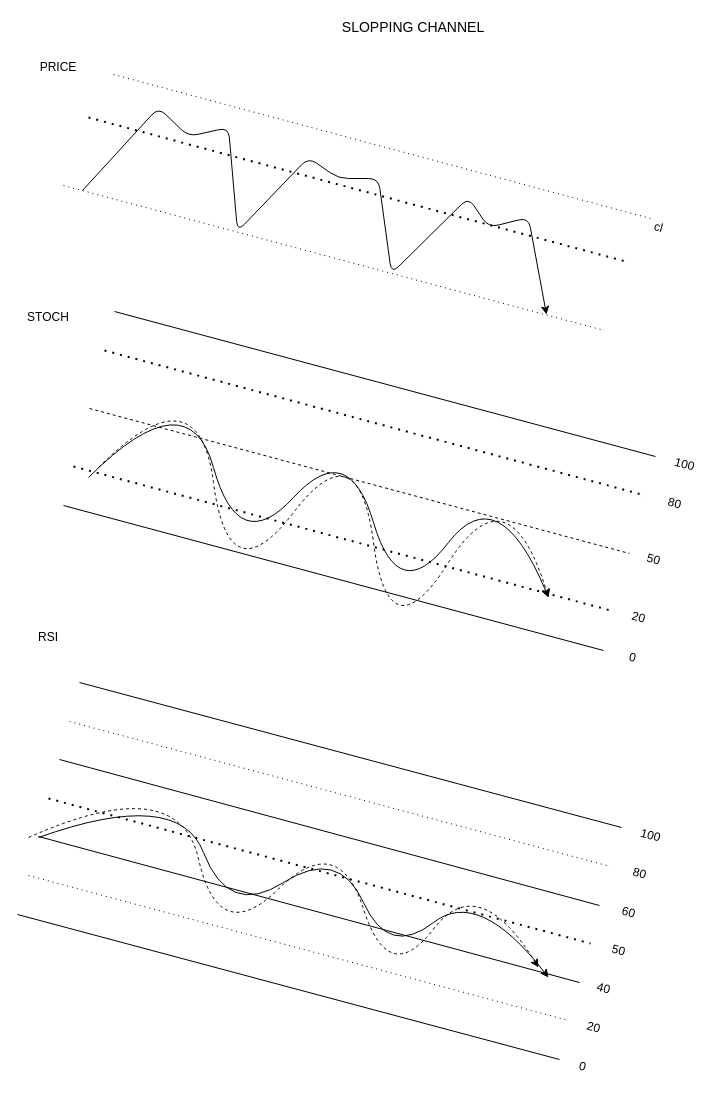
The draw.io diagram draws/13 -- slopping channel.drawio in uzziahmogg/LithiumIndicator, before the edit. Source tidied: cells renumbered, new cells numbered last; positions are measured from the earlier drawing's top-left corner, leaving out a move shared by most shapes. Both pictures are drawn from the tidied source at 100%, with x=0, y=0 at pixel (17, 17).
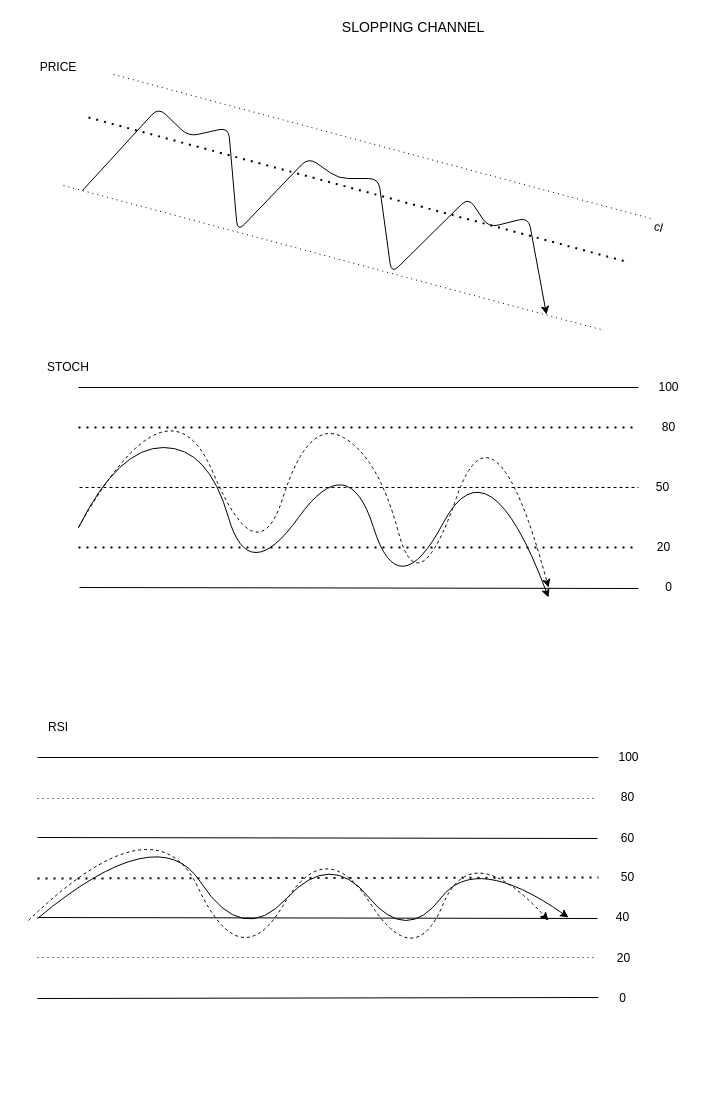
The same diagram, later.

The edit, as a diff of the source:
```diff
@@
     <mxCell id="4" value="STOCH" style="text;html=1;strokeColor=none;fillColor=none;align=center;verticalAlign=middle;whiteSpace=wrap;rounded=0;" parent="1" vertex="1">
-      <mxGeometry x="11" y="290" width="40" height="20" as="geometry" />
+      <mxGeometry x="31" y="340" width="40" height="20" as="geometry" />
     </mxCell>
     <mxCell id="5" style="curved=1;endArrow=classic;html=1;" parent="1" edge="1">
       <mxGeometry x="20" y="240" as="geometry">
-        <mxPoint x="71" y="460" as="sourcePoint" />
+        <mxPoint x="61" y="510" as="sourcePoint" />
         <mxPoint x="531" y="580" as="targetPoint" />
         <Array as="points">
-          <mxPoint x="171" y="360" />
-          <mxPoint x="221" y="540" />
-          <mxPoint x="331" y="420" />
+          <mxPoint x="101" y="430" />
+          <mxPoint x="191" y="430" />
+          <mxPoint x="231" y="570" />
+          <mxPoint x="331" y="430" />
           <mxPoint x="381" y="590" />
-          <mxPoint x="481" y="460" />
+          <mxPoint x="471" y="420" />
         </Array>
       </mxGeometry>
     </mxCell>
-    <mxCell id="6" style="group;rotation=15;" parent="1" vertex="1">
-      <mxGeometry x="61" y="360" width="610" height="220" as="geometry" />
-    </mxCell>
-    <mxCell id="7" style="endArrow=none;html=1;" parent="6" edge="1">
-      <mxGeometry x="-23" y="-136" as="geometry">
-        <mxPoint x="36" y="-66" as="sourcePoint" />
-        <mxPoint x="577" y="79" as="targetPoint" />
-      </mxGeometry>
-    </mxCell>
-    <mxCell id="8" style="endArrow=none;html=1;" parent="6" edge="1">
-      <mxGeometry x="-23" y="-136" as="geometry">
-        <mxPoint x="-15" y="128" as="sourcePoint" />
-        <mxPoint x="525" y="273" as="targetPoint" />
-      </mxGeometry>
-    </mxCell>
-    <mxCell id="9" style="endArrow=none;dashed=1;html=1;dashPattern=1 3;strokeWidth=2;" parent="6" edge="1">
-      <mxGeometry x="-23" y="-136" as="geometry">
-        <mxPoint x="26" y="-27" as="sourcePoint" />
-        <mxPoint x="567" y="118" as="targetPoint" />
-      </mxGeometry>
-    </mxCell>
-    <mxCell id="10" value="80" style="text;html=1;align=center;verticalAlign=middle;strokeColor=none;rotation=15;" parent="6" vertex="1">
-      <mxGeometry x="581" y="116" width="30" height="20" as="geometry" />
-    </mxCell>
-    <mxCell id="11" style="endArrow=none;dashed=1;html=1;" parent="6" edge="1">
-      <mxGeometry x="-39" y="-115" as="geometry">
-        <mxPoint x="11" y="31" as="sourcePoint" />
-        <mxPoint x="551" y="176" as="targetPoint" />
-      </mxGeometry>
-    </mxCell>
-    <mxCell id="12" value="100" style="text;html=1;align=center;verticalAlign=middle;strokeColor=none;rotation=15;" parent="6" vertex="1">
-      <mxGeometry x="586" y="77" width="40" height="20" as="geometry" />
-    </mxCell>
-    <mxCell id="13" value="0" style="text;html=1;align=center;verticalAlign=middle;strokeColor=none;rotation=15;" parent="6" vertex="1">
-      <mxGeometry x="544" y="270" width="20" height="20" as="geometry" />
-    </mxCell>
-    <mxCell id="14" value="20" style="text;html=1;align=center;verticalAlign=middle;strokeColor=none;rotation=15;" parent="6" vertex="1">
-      <mxGeometry x="545" y="230" width="30" height="20" as="geometry" />
-    </mxCell>
-    <mxCell id="15" value="50" style="text;html=1;align=center;verticalAlign=middle;strokeColor=none;rotation=15;" parent="6" vertex="1">
-      <mxGeometry x="560" y="172" width="30" height="20" as="geometry" />
-    </mxCell>
-    <mxCell id="16" style="endArrow=none;dashed=1;html=1;dashPattern=1 3;strokeWidth=2;" parent="6" edge="1">
-      <mxGeometry x="-23" y="-136" as="geometry">
-        <mxPoint x="-5" y="89" as="sourcePoint" />
-        <mxPoint x="536" y="234" as="targetPoint" />
-      </mxGeometry>
-    </mxCell>
-    <mxCell id="17" style="curved=1;endArrow=classic;html=1;dashed=1;" parent="6" edge="1">
-      <mxGeometry x="-20" y="-160" as="geometry">
-        <mxPoint x="20" y="90" as="sourcePoint" />
-        <mxPoint x="470" y="220" as="targetPoint" />
-        <Array as="points">
-          <mxPoint x="120" y="-10" />
-          <mxPoint x="150" y="220" />
-          <mxPoint x="280" y="50" />
-          <mxPoint x="310" y="280" />
-          <mxPoint x="430" y="90" />
-        </Array>
-      </mxGeometry>
-    </mxCell>
     <mxCell id="18" value="RSI" style="text;html=1;strokeColor=none;fillColor=none;align=center;verticalAlign=middle;whiteSpace=wrap;rounded=0;" parent="1" vertex="1">
-      <mxGeometry x="11" y="610" width="40" height="20" as="geometry" />
+      <mxGeometry x="21" y="700" width="40" height="20" as="geometry" />
     </mxCell>
@@
     <mxCell id="24" style="endArrow=none;html=1;" parent="1" edge="1">
-      <mxGeometry x="-8" y="588" as="geometry">
-        <mxPoint x="62" y="665" as="sourcePoint" />
-        <mxPoint x="604" y="810" as="targetPoint" />
+      <mxGeometry x="-70" y="675" as="geometry">
+        <mxPoint x="20" y="740" as="sourcePoint" />
+        <mxPoint x="581" y="740" as="targetPoint" />
       </mxGeometry>
     </mxCell>
     <mxCell id="25" style="endArrow=none;dashed=1;html=1;dashPattern=1 3;strokeWidth=2;" parent="1" edge="1">
-      <mxGeometry x="-8" y="588" as="geometry">
-        <mxPoint x="31" y="781" as="sourcePoint" />
-        <mxPoint x="573" y="926" as="targetPoint" />
+      <mxGeometry x="-70" y="675" as="geometry">
+        <mxPoint x="20" y="861" as="sourcePoint" />
+        <mxPoint x="581" y="860" as="targetPoint" />
       </mxGeometry>
     </mxCell>
     <mxCell id="26" style="endArrow=none;html=1;" parent="1" edge="1">
-      <mxGeometry x="-8" y="588" as="geometry">
-        <mxPoint y="897" as="sourcePoint" />
-        <mxPoint x="542" y="1042" as="targetPoint" />
+      <mxGeometry x="-70" y="675" as="geometry">
+        <mxPoint x="20" y="981" as="sourcePoint" />
+        <mxPoint x="581" y="980" as="targetPoint" />
       </mxGeometry>
     </mxCell>
     <mxCell id="27" style="endArrow=none;dashed=1;html=1;dashPattern=1 4;" parent="1" edge="1">
-      <mxGeometry x="-8" y="588" as="geometry">
-        <mxPoint x="52" y="704" as="sourcePoint" />
-        <mxPoint x="593" y="849" as="targetPoint" />
+      <mxGeometry x="-70" y="675" as="geometry">
+        <mxPoint x="20" y="781" as="sourcePoint" />
+        <mxPoint x="580" y="781" as="targetPoint" />
       </mxGeometry>
     </mxCell>
     <mxCell id="28" style="endArrow=none;dashed=1;html=1;dashPattern=1 4;" parent="1" edge="1">
-      <mxGeometry x="-8" y="588" as="geometry">
-        <mxPoint x="11" y="858" as="sourcePoint" />
-        <mxPoint x="551" y="1003" as="targetPoint" />
+      <mxGeometry x="-70" y="675" as="geometry">
+        <mxPoint x="20" y="940" as="sourcePoint" />
+        <mxPoint x="580" y="940" as="targetPoint" />
       </mxGeometry>
     </mxCell>
     <mxCell id="29" style="endArrow=none;html=1;" parent="1" edge="1">
-      <mxGeometry x="-8" y="588" as="geometry">
-        <mxPoint x="42" y="742" as="sourcePoint" />
-        <mxPoint x="582" y="888" as="targetPoint" />
+      <mxGeometry x="-70" y="675" as="geometry">
+        <mxPoint x="20" y="820" as="sourcePoint" />
+        <mxPoint x="580" y="821" as="targetPoint" />
       </mxGeometry>
     </mxCell>
     <mxCell id="30" style="endArrow=none;html=1;" parent="1" edge="1">
-      <mxGeometry x="-8" y="588" as="geometry">
-        <mxPoint x="21" y="819" as="sourcePoint" />
-        <mxPoint x="562" y="965" as="targetPoint" />
+      <mxGeometry x="-70" y="675" as="geometry">
+        <mxPoint x="20" y="900" as="sourcePoint" />
+        <mxPoint x="580" y="901" as="targetPoint" />
       </mxGeometry>
     </mxCell>
-    <mxCell id="31" value="100" style="text;html=1;align=center;verticalAlign=middle;strokeColor=none;rotation=15;" parent="1" vertex="1">
-      <mxGeometry x="613" y="808" width="40" height="20" as="geometry" />
+    <mxCell id="31" value="100" style="text;html=1;align=center;verticalAlign=middle;strokeColor=none;rotation=0;" parent="1" vertex="1">
+      <mxGeometry x="591" y="730" width="40" height="20" as="geometry" />
     </mxCell>
-    <mxCell id="32" value="80" style="text;html=1;align=center;verticalAlign=middle;strokeColor=none;rotation=15;" parent="1" vertex="1">
-      <mxGeometry x="607" y="846" width="30" height="20" as="geometry" />
+    <mxCell id="32" value="80" style="text;html=1;align=center;verticalAlign=middle;strokeColor=none;rotation=0;" parent="1" vertex="1">
+      <mxGeometry x="595" y="770" width="30" height="20" as="geometry" />
     </mxCell>
-    <mxCell id="33" value="60" style="text;html=1;align=center;verticalAlign=middle;strokeColor=none;rotation=15;" parent="1" vertex="1">
-      <mxGeometry x="596" y="885" width="30" height="20" as="geometry" />
+    <mxCell id="33" value="60" style="text;html=1;align=center;verticalAlign=middle;strokeColor=none;rotation=0;" parent="1" vertex="1">
+      <mxGeometry x="595" y="811" width="30" height="20" as="geometry" />
     </mxCell>
-    <mxCell id="34" value="50" style="text;html=1;align=center;verticalAlign=middle;strokeColor=none;rotation=15;" parent="1" vertex="1">
-      <mxGeometry x="586" y="923" width="30" height="20" as="geometry" />
+    <mxCell id="34" value="50" style="text;html=1;align=center;verticalAlign=middle;strokeColor=none;rotation=0;" parent="1" vertex="1">
+      <mxGeometry x="595" y="850" width="30" height="20" as="geometry" />
     </mxCell>
-    <mxCell id="35" value="40" style="text;html=1;align=center;verticalAlign=middle;strokeColor=none;rotation=15;" parent="1" vertex="1">
-      <mxGeometry x="571" y="961" width="30" height="20" as="geometry" />
+    <mxCell id="35" value="40" style="text;html=1;align=center;verticalAlign=middle;strokeColor=none;rotation=0;" parent="1" vertex="1">
+      <mxGeometry x="590" y="890" width="30" height="20" as="geometry" />
     </mxCell>
-    <mxCell id="36" value="20" style="text;html=1;align=center;verticalAlign=middle;strokeColor=none;rotation=15;" parent="1" vertex="1">
-      <mxGeometry x="561" y="1000" width="30" height="20" as="geometry" />
+    <mxCell id="36" value="20" style="text;html=1;align=center;verticalAlign=middle;strokeColor=none;rotation=0;" parent="1" vertex="1">
+      <mxGeometry x="591" y="931" width="30" height="20" as="geometry" />
     </mxCell>
-    <mxCell id="37" value="0" style="text;html=1;align=center;verticalAlign=middle;strokeColor=none;rotation=15;" parent="1" vertex="1">
-      <mxGeometry x="555" y="1039" width="20" height="20" as="geometry" />
+    <mxCell id="37" value="0" style="text;html=1;align=center;verticalAlign=middle;strokeColor=none;rotation=0;" parent="1" vertex="1">
+      <mxGeometry x="595" y="971" width="20" height="20" as="geometry" />
     </mxCell>
     <mxCell id="38" style="curved=1;endArrow=classic;html=1;" parent="1" edge="1">
-      <mxGeometry x="-60" y="723" as="geometry">
-        <mxPoint x="21" y="820" as="sourcePoint" />
-        <mxPoint x="531" y="960" as="targetPoint" />
+      <mxGeometry x="-86" y="819" as="geometry">
+        <mxPoint x="20" y="901" as="sourcePoint" />
+        <mxPoint x="551" y="900" as="targetPoint" />
         <Array as="points">
-          <mxPoint x="161" y="770" />
-          <mxPoint x="211" y="900" />
-          <mxPoint x="321" y="830" />
-          <mxPoint x="371" y="940" />
-          <mxPoint x="461" y="870" />
+          <mxPoint x="141" y="800" />
+          <mxPoint x="225" y="929" />
+          <mxPoint x="313" y="833" />
+          <mxPoint x="389" y="926" />
+          <mxPoint x="458" y="835" />
         </Array>
       </mxGeometry>
     </mxCell>
     <mxCell id="39" style="curved=1;endArrow=classic;html=1;dashed=1;" parent="1" edge="1">
-      <mxGeometry x="-60" y="706" as="geometry">
-        <mxPoint x="11" y="820" as="sourcePoint" />
-        <mxPoint x="521" y="950" as="targetPoint" />
+      <mxGeometry x="-90" y="802" as="geometry">
+        <mxPoint x="11" y="903" as="sourcePoint" />
+        <mxPoint x="531" y="903" as="targetPoint" />
         <Array as="points">
-          <mxPoint x="161" y="753" />
-          <mxPoint x="201" y="930" />
-          <mxPoint x="321" y="813" />
-          <mxPoint x="371" y="970" />
-          <mxPoint x="461" y="853" />
+          <mxPoint x="138" y="780" />
+          <mxPoint x="223" y="960" />
+          <mxPoint x="308" y="816" />
+          <mxPoint x="397" y="955" />
+          <mxPoint x="454" y="819" />
         </Array>
       </mxGeometry>
     </mxCell>
+    <mxCell id="7" style="endArrow=none;html=1;" parent="1" edge="1">
+      <mxGeometry x="-20" y="340" as="geometry">
+        <mxPoint x="61" y="370" as="sourcePoint" />
+        <mxPoint x="621" y="370" as="targetPoint" />
+      </mxGeometry>
+    </mxCell>
+    <mxCell id="8" style="endArrow=none;html=1;" parent="1" edge="1">
+      <mxGeometry x="-20" y="340" as="geometry">
+        <mxPoint x="62" y="570" as="sourcePoint" />
+        <mxPoint x="621" y="571" as="targetPoint" />
+      </mxGeometry>
+    </mxCell>
+    <mxCell id="9" style="endArrow=none;dashed=1;html=1;dashPattern=1 3;strokeWidth=2;" parent="1" edge="1">
+      <mxGeometry x="-20" y="340" as="geometry">
+        <mxPoint x="61" y="410" as="sourcePoint" />
+        <mxPoint x="621" y="410" as="targetPoint" />
+      </mxGeometry>
+    </mxCell>
+    <mxCell id="10" value="80" style="text;html=1;align=center;verticalAlign=middle;strokeColor=none;rotation=0;" parent="1" vertex="1">
+      <mxGeometry x="636" y="400" width="30" height="20" as="geometry" />
+    </mxCell>
+    <mxCell id="11" style="endArrow=none;dashed=1;html=1;" parent="1" edge="1">
+      <mxGeometry x="-30" y="364" as="geometry">
+        <mxPoint x="62" y="470" as="sourcePoint" />
+        <mxPoint x="621" y="470" as="targetPoint" />
+      </mxGeometry>
+    </mxCell>
+    <mxCell id="12" value="100" style="text;html=1;align=center;verticalAlign=middle;strokeColor=none;rotation=0;" parent="1" vertex="1">
+      <mxGeometry x="631" y="360" width="40" height="20" as="geometry" />
+    </mxCell>
+    <mxCell id="13" value="0" style="text;html=1;align=center;verticalAlign=middle;strokeColor=none;rotation=0;" parent="1" vertex="1">
+      <mxGeometry x="641" y="560" width="20" height="20" as="geometry" />
+    </mxCell>
+    <mxCell id="14" value="20" style="text;html=1;align=center;verticalAlign=middle;strokeColor=none;rotation=0;" parent="1" vertex="1">
+      <mxGeometry x="631" y="520" width="30" height="20" as="geometry" />
+    </mxCell>
+    <mxCell id="15" value="50" style="text;html=1;align=center;verticalAlign=middle;strokeColor=none;rotation=0;" parent="1" vertex="1">
+      <mxGeometry x="630" y="460" width="30" height="20" as="geometry" />
+    </mxCell>
+    <mxCell id="16" style="endArrow=none;dashed=1;html=1;dashPattern=1 3;strokeWidth=2;" parent="1" edge="1">
+      <mxGeometry x="-20" y="340" as="geometry">
+        <mxPoint x="61" y="530" as="sourcePoint" />
+        <mxPoint x="621" y="530" as="targetPoint" />
+      </mxGeometry>
+    </mxCell>
+    <mxCell id="17" style="curved=1;endArrow=classic;html=1;dashed=1;" parent="1" edge="1">
+      <mxGeometry x="-28" y="238" as="geometry">
+        <mxPoint x="61" y="510" as="sourcePoint" />
+        <mxPoint x="531" y="570" as="targetPoint" />
+        <Array as="points">
+          <mxPoint x="151" y="350" />
+          <mxPoint x="240" y="560" />
+          <mxPoint x="291" y="400" />
+          <mxPoint x="361" y="440" />
+          <mxPoint x="401" y="590" />
+          <mxPoint x="477" y="370" />
+        </Array>
+      </mxGeometry>
+    </mxCell>
```
